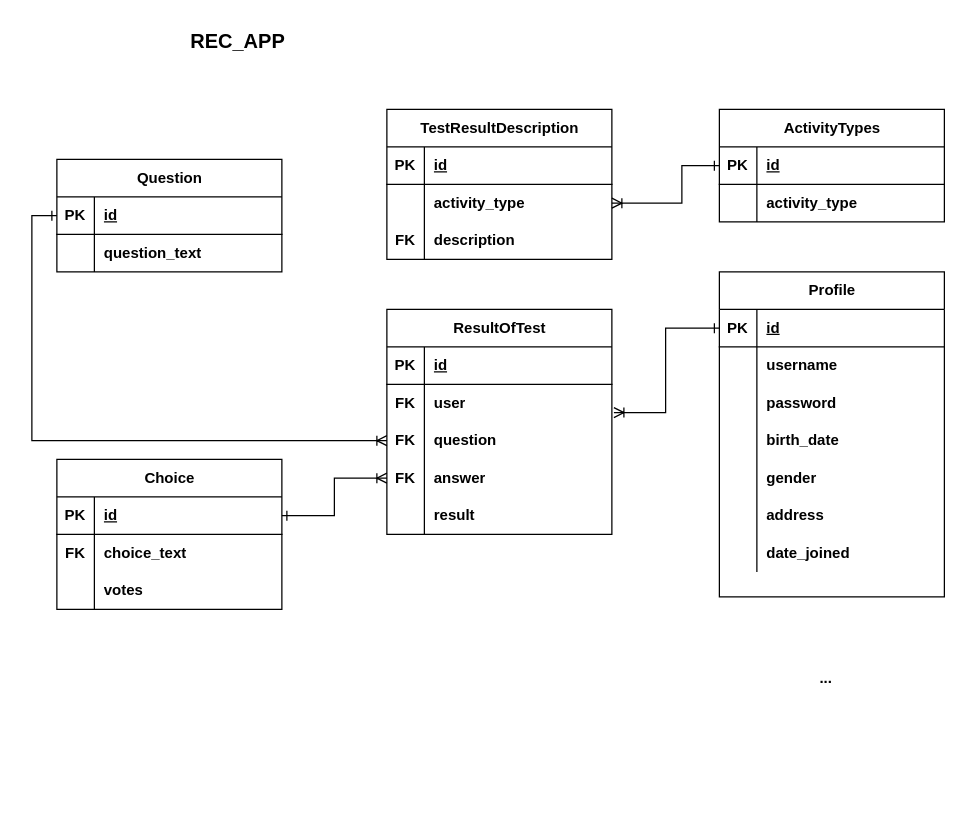
The draw.io diagram ER/rec_app.drawio in OlgaTora/Recommendation_project, before the edit. Source tidied: cells renumbered, new cells numbered last; positions are measured from the earlier drawing's top-left corner, leaving out a move shared by most shapes. Both pictures are drawn from the tidied source at 125%, with x=0, y=0 at pixel (56, 21).
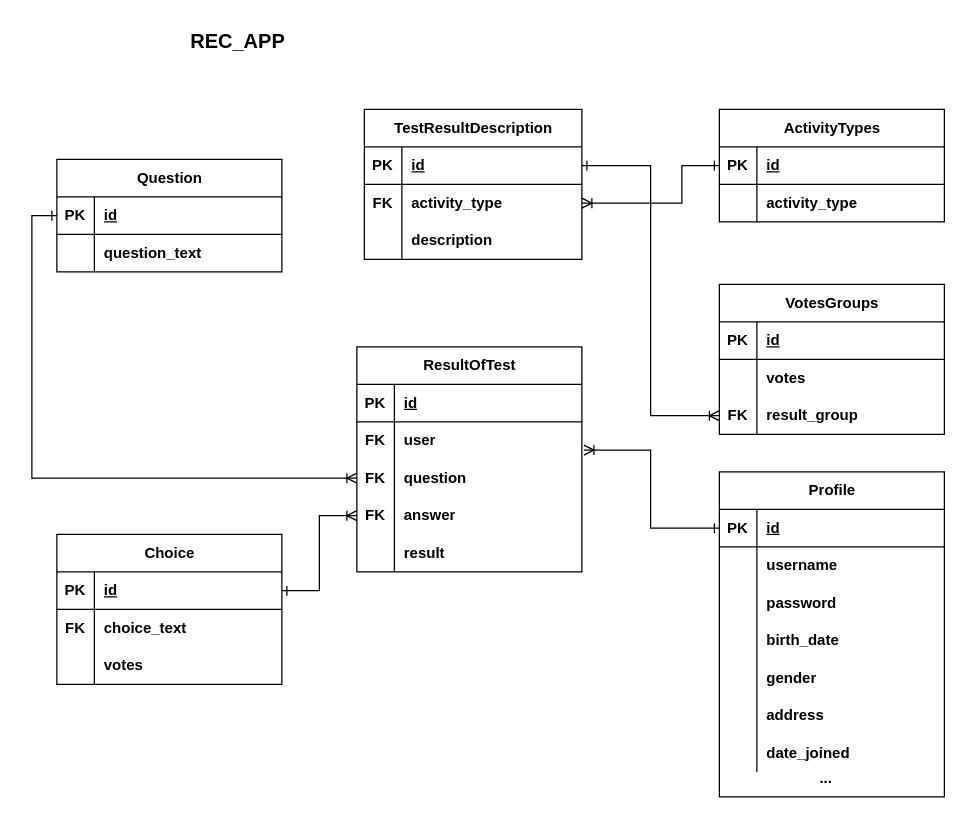
Above is the later version.

Diff of the diagram source:
```diff
@@
     <mxCell id="2" value="&lt;div style=&quot;border-color: var(--border-color);&quot;&gt;Choice&lt;/div&gt;" style="shape=table;startSize=30;childLayout=tableLayout;rowLines=0;fontStyle=1;align=center;html=1;fontFamily=Helvetica;" parent="1" vertex="1">
-      <mxGeometry y="350" width="180" height="120" as="geometry" />
+      <mxGeometry y="410" width="180" height="120" as="geometry" />
     </mxCell>
@@
     <mxCell id="22" value="&lt;div style=&quot;border-color: var(--border-color);&quot;&gt;TestResultDescription&lt;/div&gt;" style="shape=table;startSize=30;childLayout=tableLayout;rowLines=0;fontStyle=1;align=center;html=1;fontFamily=Helvetica;" parent="1" vertex="1">
-      <mxGeometry x="264" y="70" width="180" height="120" as="geometry" />
+      <mxGeometry x="246" y="70" width="174" height="120" as="geometry" />
     </mxCell>
     <mxCell id="23" style="shape=tableRow;horizontal=0;startSize=0;swimlaneHead=0;swimlaneBody=0;fillColor=none;points=[[0,0.5],[1,0.5]];portConstraint=eastwest;top=0;left=0;right=0;bottom=1;fontFamily=Helvetica;" parent="22" vertex="1">
-      <mxGeometry y="30" width="180" height="30" as="geometry" />
+      <mxGeometry y="30" width="174" height="30" as="geometry" />
     </mxCell>
@@
     <mxCell id="25" value="id" style="shape=partialRectangle;fillColor=none;top=0;left=0;bottom=0;right=0;align=left;spacingLeft=6;fontStyle=5;overflow=hidden;whiteSpace=wrap;html=1;fontFamily=Helvetica;" parent="23" vertex="1">
-      <mxGeometry x="30" width="150" height="30" as="geometry" />
+      <mxGeometry x="30" width="144" height="30" as="geometry" />
     </mxCell>
     <mxCell id="26" style="shape=tableRow;horizontal=0;startSize=0;swimlaneHead=0;swimlaneBody=0;fillColor=none;points=[[0,0.5],[1,0.5]];portConstraint=eastwest;top=0;left=0;right=0;bottom=0;fontFamily=Helvetica;" parent="22" vertex="1">
-      <mxGeometry y="60" width="180" height="30" as="geometry" />
+      <mxGeometry y="60" width="174" height="30" as="geometry" />
     </mxCell>
-    <mxCell id="27" style="shape=partialRectangle;fillColor=none;top=0;left=0;bottom=0;right=0;overflow=hidden;whiteSpace=wrap;html=1;fontFamily=Helvetica;" parent="26" vertex="1">
+    <mxCell id="27" value="&lt;b&gt;FK&lt;/b&gt;" style="shape=partialRectangle;fillColor=none;top=0;left=0;bottom=0;right=0;overflow=hidden;whiteSpace=wrap;html=1;fontFamily=Helvetica;" parent="26" vertex="1">
       <mxGeometry width="30" height="30" as="geometry" />
     </mxCell>
     <mxCell id="28" value="&lt;div style=&quot;border-color: var(--border-color); font-weight: 700;&quot;&gt;activity_type&lt;/div&gt;" style="shape=partialRectangle;fillColor=none;top=0;left=0;bottom=0;right=0;align=left;spacingLeft=6;overflow=hidden;whiteSpace=wrap;html=1;fontFamily=Helvetica;" parent="26" vertex="1">
-      <mxGeometry x="30" width="150" height="30" as="geometry" />
+      <mxGeometry x="30" width="144" height="30" as="geometry" />
     </mxCell>
     <mxCell id="29" style="shape=tableRow;horizontal=0;startSize=0;swimlaneHead=0;swimlaneBody=0;fillColor=none;top=0;left=0;right=0;bottom=0;fontFamily=Helvetica;" parent="22" vertex="1">
-      <mxGeometry y="90" width="180" height="30" as="geometry" />
+      <mxGeometry y="90" width="174" height="30" as="geometry" />
     </mxCell>
-    <mxCell id="30" value="&lt;b&gt;FK&lt;/b&gt;" style="shape=partialRectangle;fillColor=none;top=0;left=0;bottom=0;right=0;overflow=hidden;whiteSpace=wrap;html=1;fontFamily=Helvetica;" parent="29" vertex="1">
+    <mxCell id="30" style="shape=partialRectangle;fillColor=none;top=0;left=0;bottom=0;right=0;overflow=hidden;whiteSpace=wrap;html=1;fontFamily=Helvetica;" parent="29" vertex="1">
       <mxGeometry width="30" height="30" as="geometry" />
     </mxCell>
     <mxCell id="31" value="&lt;div style=&quot;border-color: var(--border-color); font-weight: 700;&quot;&gt;description&lt;/div&gt;" style="shape=partialRectangle;fillColor=none;top=0;left=0;bottom=0;right=0;align=left;spacingLeft=6;overflow=hidden;whiteSpace=wrap;html=1;fontFamily=Helvetica;" parent="29" vertex="1">
-      <mxGeometry x="30" width="150" height="30" as="geometry" />
+      <mxGeometry x="30" width="144" height="30" as="geometry" />
     </mxCell>
@@
     <mxCell id="33" value="&lt;div style=&quot;border-color: var(--border-color);&quot;&gt;ResultOfTest&lt;/div&gt;" style="shape=table;startSize=30;childLayout=tableLayout;rowLines=0;fontStyle=1;align=center;html=1;fontFamily=Helvetica;" parent="1" vertex="1">
-      <mxGeometry x="264" y="230" width="180" height="180" as="geometry" />
+      <mxGeometry x="240" y="260" width="180" height="180" as="geometry" />
     </mxCell>
@@
     <mxCell id="51" value="&lt;div style=&quot;border-color: var(--border-color);&quot;&gt;Profile&lt;/div&gt;" style="shape=table;startSize=30;childLayout=tableLayout;rowLines=0;fontStyle=1;align=center;html=1;fontFamily=Helvetica;" parent="1" vertex="1">
-      <mxGeometry x="530" y="200" width="180" height="260" as="geometry" />
+      <mxGeometry x="530" y="360" width="180" height="260" as="geometry" />
     </mxCell>
@@
     <mxCell id="73" value="&lt;b&gt;...&lt;/b&gt;" style="text;html=1;align=center;verticalAlign=middle;strokeColor=none;fillColor=none;" parent="1" vertex="1">
-      <mxGeometry x="600" y="510" width="30" height="30" as="geometry" />
+      <mxGeometry x="600" y="590" width="30" height="30" as="geometry" />
     </mxCell>
@@
+    <mxCell id="83" value="&lt;div style=&quot;border-color: var(--border-color);&quot;&gt;VotesGroups&lt;/div&gt;" style="shape=table;startSize=30;childLayout=tableLayout;rowLines=0;fontStyle=1;align=center;html=1;fontFamily=Helvetica;" parent="1" vertex="1">
+      <mxGeometry x="530" y="210" width="180" height="120" as="geometry" />
+    </mxCell>
+    <mxCell id="84" style="shape=tableRow;horizontal=0;startSize=0;swimlaneHead=0;swimlaneBody=0;fillColor=none;top=0;left=0;right=0;bottom=1;fontFamily=Helvetica;" parent="83" vertex="1">
+      <mxGeometry y="30" width="180" height="30" as="geometry" />
+    </mxCell>
+    <mxCell id="85" value="PK" style="shape=partialRectangle;fillColor=none;top=0;left=0;bottom=0;right=0;fontStyle=1;overflow=hidden;whiteSpace=wrap;html=1;fontFamily=Helvetica;" parent="84" vertex="1">
+      <mxGeometry width="30" height="30" as="geometry" />
+    </mxCell>
+    <mxCell id="86" value="id" style="shape=partialRectangle;fillColor=none;top=0;left=0;bottom=0;right=0;align=left;spacingLeft=6;fontStyle=5;overflow=hidden;whiteSpace=wrap;html=1;fontFamily=Helvetica;" parent="84" vertex="1">
+      <mxGeometry x="30" width="150" height="30" as="geometry" />
+    </mxCell>
+    <mxCell id="87" style="shape=tableRow;horizontal=0;startSize=0;swimlaneHead=0;swimlaneBody=0;fillColor=none;top=0;left=0;right=0;bottom=0;" parent="83" vertex="1">
+      <mxGeometry y="60" width="180" height="30" as="geometry" />
+    </mxCell>
+    <mxCell id="88" style="shape=partialRectangle;fillColor=none;top=0;left=0;bottom=0;right=0;fontStyle=0;overflow=hidden;whiteSpace=wrap;html=1;" parent="87" vertex="1">
+      <mxGeometry width="30" height="30" as="geometry" />
+    </mxCell>
+    <mxCell id="89" value="&lt;b&gt;votes&lt;/b&gt;" style="shape=partialRectangle;fillColor=none;top=0;left=0;bottom=0;right=0;align=left;spacingLeft=6;fontStyle=0;overflow=hidden;whiteSpace=wrap;html=1;" parent="87" vertex="1">
+      <mxGeometry x="30" width="150" height="30" as="geometry" />
+    </mxCell>
+    <mxCell id="90" style="shape=tableRow;horizontal=0;startSize=0;swimlaneHead=0;swimlaneBody=0;fillColor=none;points=[[0,0.5],[1,0.5]];portConstraint=eastwest;top=0;left=0;right=0;bottom=0;fontFamily=Helvetica;" parent="83" vertex="1">
+      <mxGeometry y="90" width="180" height="30" as="geometry" />
+    </mxCell>
+    <mxCell id="91" value="&lt;b&gt;FK&lt;/b&gt;" style="shape=partialRectangle;fillColor=none;top=0;left=0;bottom=0;right=0;overflow=hidden;whiteSpace=wrap;html=1;fontFamily=Helvetica;" parent="90" vertex="1">
+      <mxGeometry width="30" height="30" as="geometry" />
+    </mxCell>
+    <mxCell id="92" value="&lt;b&gt;result_group&lt;/b&gt;" style="shape=partialRectangle;fillColor=none;top=0;left=0;bottom=0;right=0;align=left;spacingLeft=6;overflow=hidden;whiteSpace=wrap;html=1;fontFamily=Helvetica;" parent="90" vertex="1">
+      <mxGeometry x="30" width="150" height="30" as="geometry" />
+    </mxCell>
+    <mxCell id="93" style="edgeStyle=orthogonalEdgeStyle;rounded=0;jettySize=auto;html=1;entryX=0;entryY=0.5;entryDx=0;entryDy=0;targetPerimeterSpacing=-2;startArrow=ERone;startFill=0;endArrow=ERoneToMany;endFill=0;" parent="1" edge="1" source="23" target="90">
+      <mxGeometry relative="1" as="geometry" />
+    </mxCell>
```
